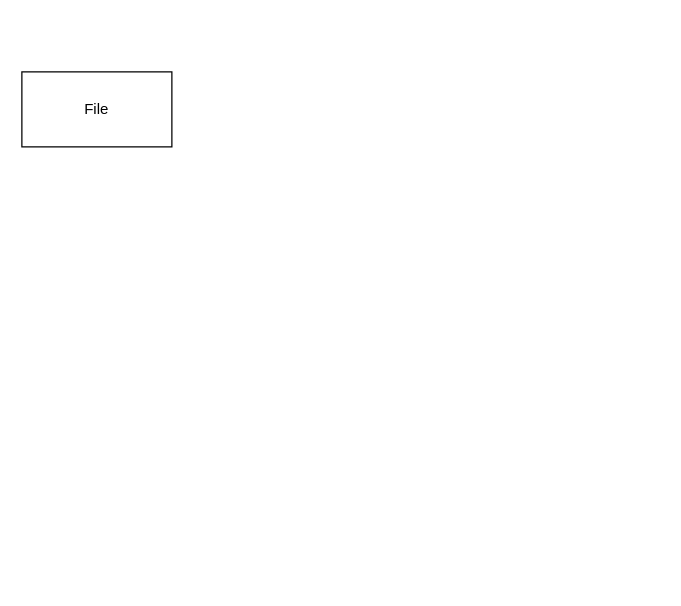
Before: page "Collector" (2 of 2) of diagram.drawio in uesleicarvalhoo/go-collector-service, a draw.io diagram. Source tidied: cells renumbered, new cells numbered last; positions are measured from the earlier drawing's top-left corner, leaving out a move shared by most shapes. Both pictures are drawn from the tidied source at 125%, with x=0, y=0 at pixel (21, 71).
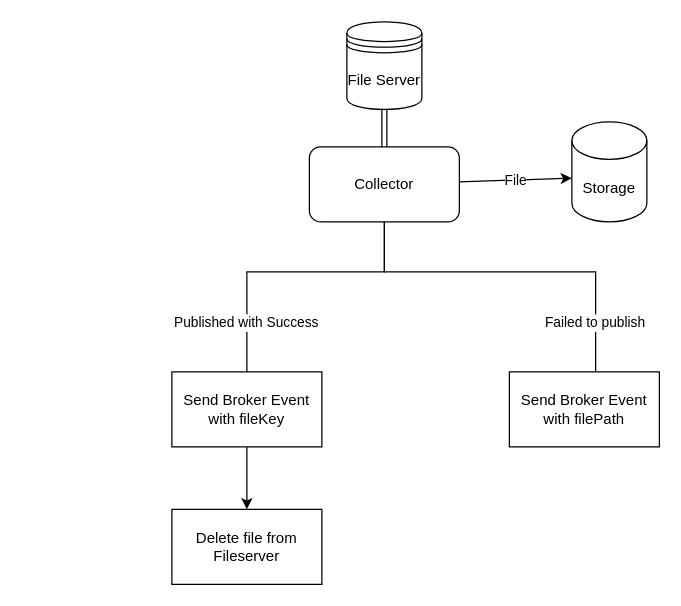
The same diagram, later.

The edit, as a diff of the source:
```diff
@@
 <mxGraphModel>
   <root>
-    <mxCell id="0" />
-    <mxCell id="1" parent="0" />
+    <mxCell id="3" />
+    <mxCell id="4" parent="3" />
+    <mxCell id="5" value="Collector" style="rounded=1;whiteSpace=wrap;html=1;" parent="4" vertex="1">
+      <mxGeometry x="230" y="60" width="120" height="60" as="geometry" />
+    </mxCell>
+    <mxCell id="6" value="Storage" style="shape=cylinder3;whiteSpace=wrap;html=1;boundedLbl=1;backgroundOutline=1;size=15;" parent="4" vertex="1">
+      <mxGeometry x="440" y="40" width="60" height="80" as="geometry" />
+    </mxCell>
+    <mxCell id="7" style="endArrow=classic;html=1;entryX=0;entryY=0;entryDx=0;entryDy=45;entryPerimeter=0;" parent="4" edge="1" source="5" target="6">
+      <mxGeometry relative="1" as="geometry" />
+    </mxCell>
-    <mxCell id="2" value="File" style="rounded=0;whiteSpace=wrap;html=1;" parent="1" vertex="1">
-      <mxGeometry width="120" height="60" as="geometry" />
+    <mxCell id="2" value="File" style="edgeLabel;html=1;align=center;verticalAlign=middle;" parent="7" vertex="1">
+      <mxGeometry relative="1" as="geometry" />
     </mxCell>
+    <mxCell id="8" style="shape=link;html=1;exitX=0.5;exitY=0;exitDx=0;exitDy=0;entryX=0.5;entryY=1;entryDx=0;entryDy=0;" parent="4" edge="1" source="5" target="9">
+      <mxGeometry relative="1" as="geometry" />
+    </mxCell>
+    <mxCell id="9" value="File Server" style="shape=datastore;whiteSpace=wrap;html=1;" parent="4" vertex="1">
+      <mxGeometry x="260" y="-40" width="60" height="70" as="geometry" />
+    </mxCell>
+    <mxCell id="10" value="Published with Success" style="edgeStyle=orthogonalEdgeStyle;startArrow=none;endArrow=none;rounded=0;targetPortConstraint=eastwest;sourcePortConstraint=northsouth;entryX=0.5;entryY=0;entryDx=0;entryDy=0;" parent="4" edge="1" source="5" target="12">
+      <mxGeometry x="0.65" relative="1" as="geometry">
+        <Array as="points">
+          <mxPoint x="290" y="160" />
+          <mxPoint x="180" y="160" />
+        </Array>
+      </mxGeometry>
+    </mxCell>
+    <mxCell id="11" style="edgeStyle=none;html=1;" parent="4" edge="1" source="12" target="14">
+      <mxGeometry relative="1" as="geometry" />
+    </mxCell>
+    <mxCell id="12" value="Send Broker Event with fileKey" style="rounded=0;whiteSpace=wrap;html=1;" parent="4" vertex="1">
+      <mxGeometry x="120" y="240" width="120" height="60" as="geometry" />
+    </mxCell>
+    <mxCell id="13" value="Send Broker Event with filePath" style="rounded=0;whiteSpace=wrap;html=1;" parent="4" vertex="1">
+      <mxGeometry x="390" y="240" width="120" height="60" as="geometry" />
+    </mxCell>
+    <mxCell id="14" value="Delete file from Fileserver" style="rounded=0;whiteSpace=wrap;html=1;" parent="4" vertex="1">
+      <mxGeometry x="120" y="350" width="120" height="60" as="geometry" />
+    </mxCell>
+    <mxCell id="15" value="Failed to publish" style="edgeStyle=orthogonalEdgeStyle;startArrow=none;endArrow=none;rounded=0;targetPortConstraint=eastwest;sourcePortConstraint=northsouth;entryX=0.575;entryY=0;entryDx=0;entryDy=0;exitX=0.5;exitY=1;exitDx=0;exitDy=0;entryPerimeter=0;" parent="4" edge="1" source="5" target="13">
+      <mxGeometry x="0.72" relative="1" as="geometry">
+        <Array as="points">
+          <mxPoint x="290" y="160" />
+          <mxPoint x="459" y="160" />
+        </Array>
+      </mxGeometry>
+    </mxCell>
   </root>
 </mxGraphModel>
```
